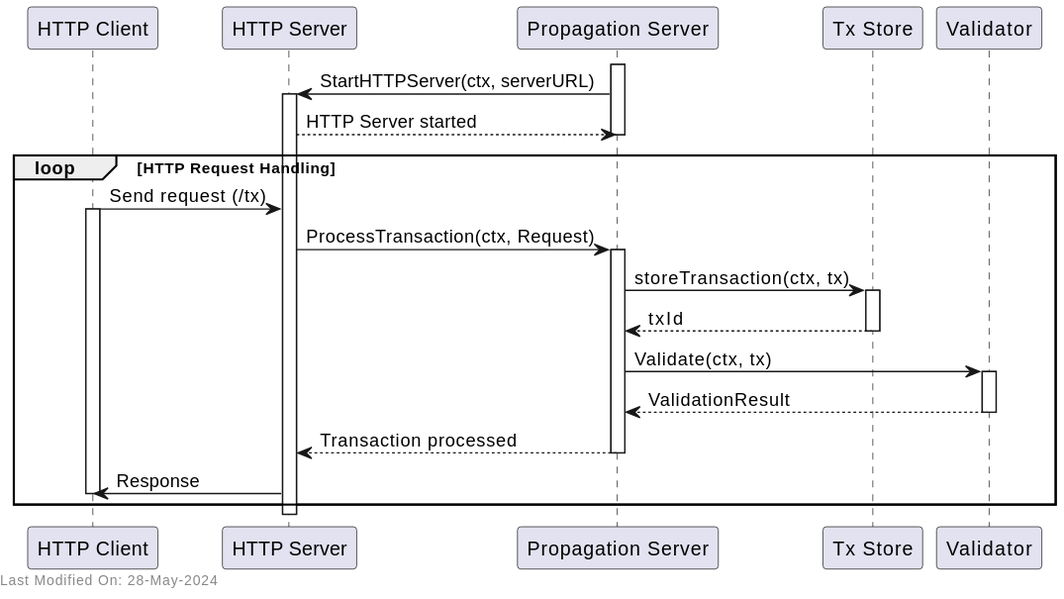
The PlantUML diagram docs/services/img/plantuml/propagation/propagation_http.svg in freemans13/teranode, before a commit.
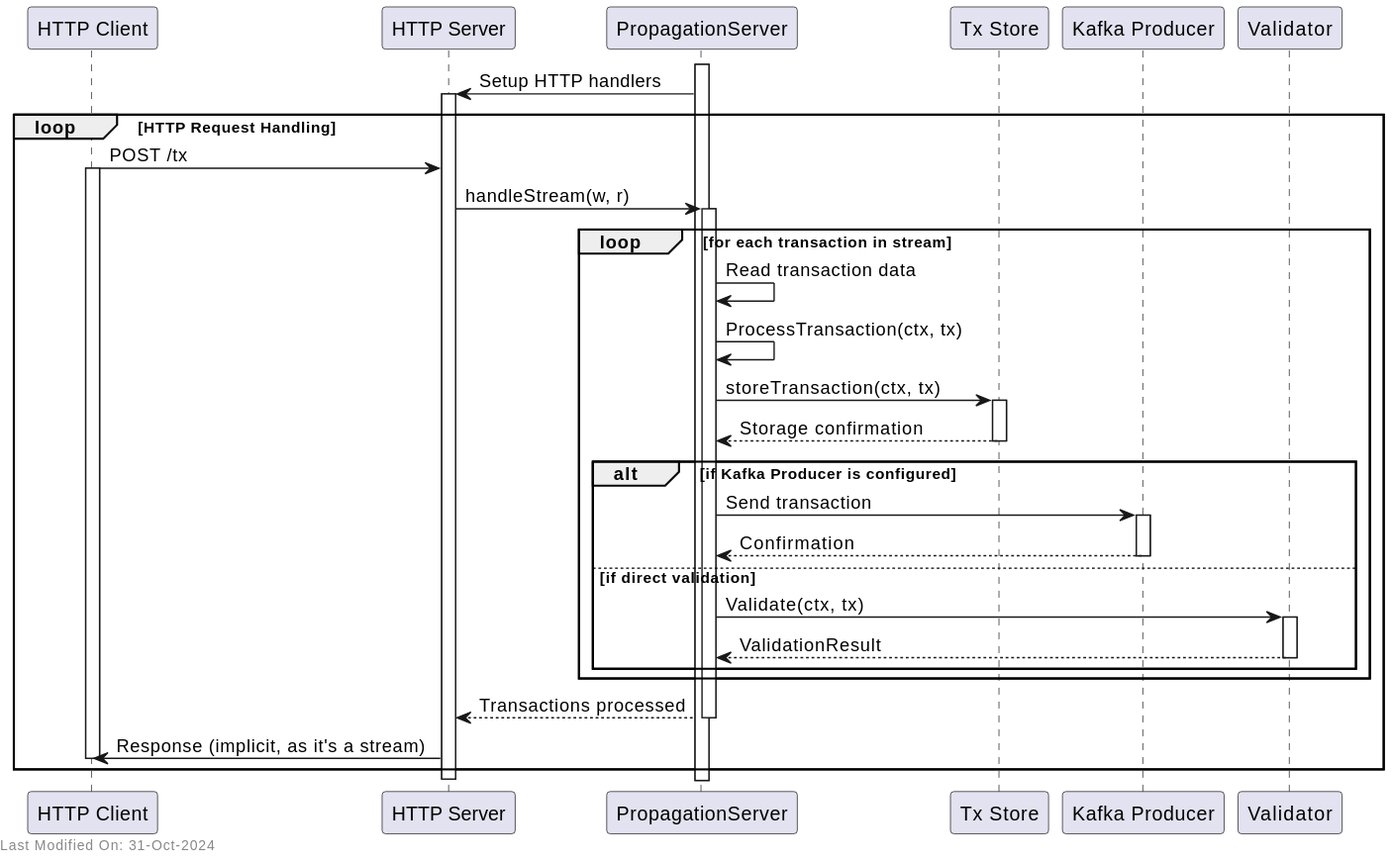
Later version of the same file.

Commit message:
Documentation - restructure Propagation Service documentation for better separation of design and reference documents #1393

Change to the diagram source:
```diff
@@ -1,38 +1,51 @@
 @startuml
 participant "HTTP Client" as Client
 participant "HTTP Server" as HTTP
-participant "Propagation Server" as Server
+participant "PropagationServer" as Server
 participant "Tx Store" as TxStore
+participant "Kafka Producer" as KafkaProducer
 participant "Validator" as ValidationService
 
 activate Server
 
-
-Server -> HTTP: StartHTTPServer(ctx, serverURL)
+Server -> HTTP: Setup HTTP handlers
 activate HTTP
-HTTP --> Server: HTTP Server started
-deactivate Server
 
 loop HTTP Request Handling
-    Client -> HTTP: Send request (/tx)
+    Client -> HTTP: POST /tx
     activate Client
-    HTTP -> Server: ProcessTransaction(ctx, Request)
+    HTTP -> Server: handleStream(w, r)
     activate Server
-    Server -> TxStore: storeTransaction(ctx, tx)
-    activate TxStore
-    TxStore --> Server: txId
-    deactivate TxStore
-    Server -> ValidationService: Validate(ctx, tx)
-    activate ValidationService
-    ValidationService --> Server: ValidationResult
-    deactivate ValidationService
-    Server --> HTTP: Transaction processed
+
+    loop for each transaction in stream
+        Server -> Server: Read transaction data
+        Server -> Server: ProcessTransaction(ctx, tx)
+
+        Server -> TxStore: storeTransaction(ctx, tx)
+        activate TxStore
+        TxStore --> Server: Storage confirmation
+        deactivate TxStore
+
+        alt if Kafka Producer is configured
+            Server -> KafkaProducer: Send transaction
+            activate KafkaProducer
+            KafkaProducer --> Server: Confirmation
+            deactivate KafkaProducer
+        else if direct validation
+            Server -> ValidationService: Validate(ctx, tx)
+            activate ValidationService
+            ValidationService --> Server: ValidationResult
+            deactivate ValidationService
+        end
+    end
+
+    Server --> HTTP: Transactions processed
     deactivate Server
-    HTTP -> Client: Response
+    HTTP -> Client: Response (implicit, as it's a stream)
     deactivate Client
 end
 
 deactivate HTTP
 
-left footer Last Modified On: 28-May-2024
+left footer Last Modified On: %date("dd-MMM-yyyy")
 @enduml
```
